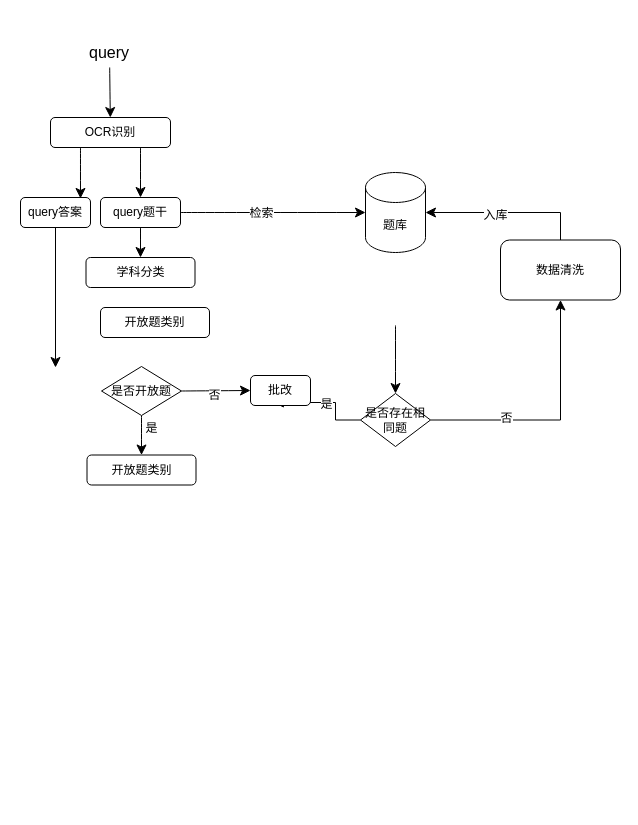
The draw.io diagram 未命名绘图.drawio in QinHsiu/plot_demo, before the edit. Source tidied: cells renumbered, new cells numbered last; positions are measured from the earlier drawing's top-left corner, leaving out a move shared by most shapes. Both pictures are drawn from the tidied source at 100%, with x=0, y=0 at pixel (20, 37).
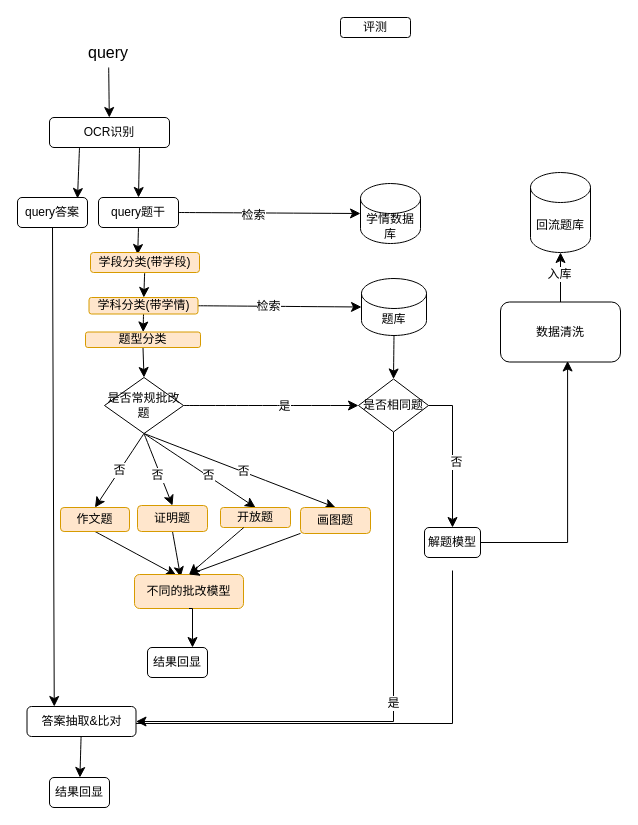
The same page after the edit.

Commit message:
更新未命名绘图.drawio

What changed in the source:
```diff
@@
-    <mxCell id="2" style="edgeStyle=none;curved=1;rounded=0;jettySize=auto;html=1;exitX=0.5;exitY=1;exitDx=0;exitDy=0;exitPerimeter=0;fontSize=12;startSize=8;endSize=8;entryX=0.5;entryY=0;entryDx=0;entryDy=0;" parent="1" edge="1" target="25">
-      <mxGeometry relative="1" as="geometry">
-        <mxPoint x="375" y="288" as="sourcePoint" />
-      </mxGeometry>
+    <mxCell id="2" style="edgeStyle=none;curved=1;rounded=0;jettySize=auto;html=1;exitX=0.5;exitY=1;exitDx=0;exitDy=0;exitPerimeter=0;fontSize=12;startSize=8;endSize=8;entryX=0.5;entryY=0;entryDx=0;entryDy=0;" parent="1" edge="1" source="3" target="25">
+      <mxGeometry relative="1" as="geometry" />
     </mxCell>
     <mxCell id="3" value="题库" style="shape=cylinder3;whiteSpace=wrap;html=1;boundedLbl=1;backgroundOutline=1;size=15;" parent="1" vertex="1">
-      <mxGeometry x="345" y="135" width="60" height="80" as="geometry" />
+      <mxGeometry x="341" y="241" width="65" height="57" as="geometry" />
     </mxCell>
@@
     <mxCell id="5" value="query" style="text;html=1;align=center;verticalAlign=middle;whiteSpace=wrap;rounded=0;fontSize=16;" parent="1" vertex="1">
-      <mxGeometry x="59" width="60" height="30" as="geometry" />
+      <mxGeometry x="58" width="60" height="30" as="geometry" />
     </mxCell>
@@
     <mxCell id="8" value="OCR识别" style="rounded=1;whiteSpace=wrap;html=1;" parent="1" vertex="1">
-      <mxGeometry x="30" y="80" width="120" height="30" as="geometry" />
+      <mxGeometry x="29" y="80" width="120" height="30" as="geometry" />
     </mxCell>
-    <mxCell id="9" style="edgeStyle=none;curved=1;rounded=0;jettySize=auto;html=1;exitX=0.5;exitY=1;exitDx=0;exitDy=0;fontSize=12;startSize=8;endSize=8;entryX=0.5;entryY=0;entryDx=0;entryDy=0;" parent="1" edge="1" source="10" target="30">
+    <mxCell id="9" style="edgeStyle=none;curved=1;rounded=0;jettySize=auto;html=1;exitX=0.5;exitY=1;exitDx=0;exitDy=0;fontSize=12;startSize=8;endSize=8;entryX=0.433;entryY=0.1;entryDx=0;entryDy=0;entryPerimeter=0;" parent="1" edge="1" source="10" target="65">
       <mxGeometry relative="1" as="geometry" />
     </mxCell>
     <mxCell id="10" value="query题干" style="rounded=1;whiteSpace=wrap;html=1;" parent="1" vertex="1">
-      <mxGeometry x="80" y="160" width="80" height="30" as="geometry" />
+      <mxGeometry x="78" y="160" width="80" height="30" as="geometry" />
     </mxCell>
-    <mxCell id="11" style="rounded=0;jettySize=auto;html=1;exitX=0.5;exitY=1;exitDx=0;exitDy=0;fontSize=12;startSize=8;endSize=8;entryX=0.5;entryY=0;entryDx=0;entryDy=0;" parent="1" edge="1" source="12">
-      <mxGeometry relative="1" as="geometry">
-        <mxPoint x="35" y="330" as="targetPoint" />
-      </mxGeometry>
+    <mxCell id="11" style="rounded=0;jettySize=auto;html=1;exitX=0.5;exitY=1;exitDx=0;exitDy=0;fontSize=12;startSize=8;endSize=8;entryX=0.25;entryY=0;entryDx=0;entryDy=0;" parent="1" edge="1" source="12" target="67">
+      <mxGeometry relative="1" as="geometry" />
     </mxCell>
     <mxCell id="12" value="query答案" style="rounded=1;whiteSpace=wrap;html=1;" parent="1" vertex="1">
-      <mxGeometry y="160" width="70" height="30" as="geometry" />
+      <mxGeometry x="-3" y="160" width="70" height="30" as="geometry" />
     </mxCell>
-    <mxCell id="13" style="edgeStyle=none;curved=1;rounded=0;jettySize=auto;html=1;exitX=1;exitY=0.5;exitDx=0;exitDy=0;fontSize=12;startSize=8;endSize=8;entryX=0;entryY=0.5;entryDx=0;entryDy=0;" parent="1" edge="1" source="17" target="29">
-      <mxGeometry relative="1" as="geometry" />
-    </mxCell>
-    <mxCell id="14" value="否" style="edgeLabel;html=1;align=center;verticalAlign=middle;fontSize=12;" parent="13" vertex="1">
-      <mxGeometry x="-0.08" y="-4" relative="1" as="geometry" />
-    </mxCell>
-    <mxCell id="15" style="edgeStyle=none;curved=1;rounded=0;jettySize=auto;html=1;exitX=0.5;exitY=1;exitDx=0;exitDy=0;fontSize=12;startSize=8;endSize=8;entryX=0.5;entryY=0;entryDx=0;entryDy=0;" parent="1" edge="1" source="17" target="20">
-      <mxGeometry relative="1" as="geometry" />
-    </mxCell>
-    <mxCell id="16" value="是" style="edgeLabel;html=1;align=center;verticalAlign=middle;fontSize=12;" parent="15" vertex="1">
-      <mxGeometry x="0.16" relative="1" as="geometry">
-        <mxPoint x="9" y="-11" as="offset" />
-      </mxGeometry>
-    </mxCell>
-    <mxCell id="17" value="是否开放题" style="rhombus;whiteSpace=wrap;html=1;" parent="1" vertex="1">
-      <mxGeometry x="81" y="329" width="80" height="49" as="geometry" />
-    </mxCell>
-    <mxCell id="18" style="edgeStyle=none;curved=1;rounded=0;jettySize=auto;html=1;entryX=0;entryY=0.5;entryDx=0;entryDy=0;entryPerimeter=0;fontSize=12;startSize=8;endSize=8;" parent="1" edge="1" source="10" target="3">
+    <mxCell id="18" style="edgeStyle=none;curved=1;rounded=0;jettySize=auto;html=1;entryX=0;entryY=0.5;entryDx=0;entryDy=0;entryPerimeter=0;fontSize=12;startSize=8;endSize=8;exitX=1;exitY=0.5;exitDx=0;exitDy=0;" parent="1" edge="1" source="30" target="3">
       <mxGeometry relative="1" as="geometry" />
     </mxCell>
@@
-    <mxCell id="20" value="开放题类别" style="rounded=1;whiteSpace=wrap;html=1;" parent="1" vertex="1">
-      <mxGeometry x="66.5" y="417.5" width="109" height="30" as="geometry" />
-    </mxCell>
-    <mxCell id="21" style="edgeStyle=orthogonalEdgeStyle;rounded=0;jettySize=auto;html=1;exitX=1;exitY=0.5;exitDx=0;exitDy=0;fontSize=12;startSize=8;endSize=8;entryX=0.5;entryY=1;entryDx=0;entryDy=0;" parent="1" edge="1" source="25" target="26">
-      <mxGeometry relative="1" as="geometry" />
-    </mxCell>
-    <mxCell id="22" value="否" style="edgeLabel;html=1;align=center;verticalAlign=middle;fontSize=12;" parent="21" vertex="1">
-      <mxGeometry x="-0.4" y="2" relative="1" as="geometry" />
-    </mxCell>
-    <mxCell id="23" style="edgeStyle=orthogonalEdgeStyle;rounded=0;jettySize=auto;html=1;exitX=0;exitY=0.5;exitDx=0;exitDy=0;fontSize=12;startSize=8;endSize=8;entryX=0.383;entryY=0.9;entryDx=0;entryDy=0;entryPerimeter=0;" parent="1" edge="1" source="25" target="29">
-      <mxGeometry relative="1" as="geometry" />
-    </mxCell>
-    <mxCell id="24" value="是" style="edgeLabel;html=1;align=center;verticalAlign=middle;fontSize=12;" parent="23" vertex="1">
-      <mxGeometry y="1" relative="1" as="geometry" />
-    </mxCell>
+    <mxCell id="32" style="edgeStyle=orthogonalEdgeStyle;rounded=0;jettySize=auto;html=1;exitX=1;exitY=0.5;exitDx=0;exitDy=0;fontSize=12;startSize=8;endSize=8;" parent="1" edge="1" source="25" target="59">
+      <mxGeometry relative="1" as="geometry" />
+    </mxCell>
+    <mxCell id="33" value="否" style="edgeLabel;html=1;align=center;verticalAlign=middle;fontSize=12;" parent="32" vertex="1">
+      <mxGeometry x="0.09" y="3" relative="1" as="geometry" />
+    </mxCell>
+    <mxCell id="34" style="edgeStyle=orthogonalEdgeStyle;rounded=0;jettySize=auto;html=1;exitX=0.5;exitY=1;exitDx=0;exitDy=0;fontSize=12;startSize=8;endSize=8;entryX=1;entryY=0.5;entryDx=0;entryDy=0;" parent="1" edge="1" source="25" target="67">
+      <mxGeometry relative="1" as="geometry" />
+    </mxCell>
+    <mxCell id="35" value="是" style="edgeLabel;html=1;align=center;verticalAlign=middle;fontSize=12;" parent="34" vertex="1">
+      <mxGeometry x="-0.01" y="-1" relative="1" as="geometry" />
+    </mxCell>
-    <mxCell id="25" value="是否存在相同题" style="rhombus;whiteSpace=wrap;html=1;" parent="1" vertex="1">
-      <mxGeometry x="340" y="356" width="70" height="53" as="geometry" />
+    <mxCell id="25" value="是否相同题" style="rhombus;whiteSpace=wrap;html=1;" parent="1" vertex="1">
+      <mxGeometry x="338" y="341.5" width="70" height="53" as="geometry" />
     </mxCell>
     <mxCell id="26" value="数据清洗" style="rounded=1;whiteSpace=wrap;html=1;" parent="1" vertex="1">
-      <mxGeometry x="480" y="202.5" width="120" height="60" as="geometry" />
+      <mxGeometry x="480" y="264.5" width="120" height="60" as="geometry" />
     </mxCell>
-    <mxCell id="27" style="edgeStyle=orthogonalEdgeStyle;rounded=0;jettySize=auto;html=1;exitX=0.5;exitY=0;exitDx=0;exitDy=0;entryX=1;entryY=0.5;entryDx=0;entryDy=0;entryPerimeter=0;fontSize=12;startSize=8;endSize=8;" parent="1" edge="1" source="26" target="3">
+    <mxCell id="27" style="edgeStyle=orthogonalEdgeStyle;rounded=0;jettySize=auto;html=1;exitX=0.5;exitY=0;exitDx=0;exitDy=0;fontSize=12;startSize=8;endSize=8;" parent="1" edge="1" source="26" target="50">
       <mxGeometry relative="1" as="geometry" />
     </mxCell>
@@
-    <mxCell id="29" value="批改" style="rounded=1;whiteSpace=wrap;html=1;" parent="1" vertex="1">
-      <mxGeometry x="230" y="338" width="60" height="30" as="geometry" />
+    <mxCell id="29" value="结果回显" style="rounded=1;whiteSpace=wrap;html=1;" parent="1" vertex="1">
+      <mxGeometry x="127" y="610" width="60" height="30" as="geometry" />
     </mxCell>
+    <mxCell id="36" style="edgeStyle=none;curved=1;rounded=0;jettySize=auto;html=1;exitX=0.5;exitY=1;exitDx=0;exitDy=0;fontSize=12;startSize=8;endSize=8;" parent="1" edge="1" source="30" target="31">
+      <mxGeometry relative="1" as="geometry" />
+    </mxCell>
-    <mxCell id="30" value="学科分类" style="rounded=1;whiteSpace=wrap;html=1;" parent="1" vertex="1">
-      <mxGeometry x="65.5" y="220" width="109" height="30" as="geometry" />
+    <mxCell id="30" value="学科分类(带学情)" style="rounded=1;whiteSpace=wrap;html=1;fillColor=#ffe6cc;strokeColor=#d79b00;" parent="1" vertex="1">
+      <mxGeometry x="68.5" y="260" width="109" height="16.5" as="geometry" />
     </mxCell>
+    <mxCell id="37" style="edgeStyle=none;curved=1;rounded=0;jettySize=auto;html=1;exitX=0.5;exitY=1;exitDx=0;exitDy=0;fontSize=12;startSize=8;endSize=8;entryX=0.5;entryY=0;entryDx=0;entryDy=0;" parent="1" edge="1" source="31" target="49">
+      <mxGeometry relative="1" as="geometry" />
+    </mxCell>
-    <mxCell id="31" value="开放题类别" style="rounded=1;whiteSpace=wrap;html=1;" parent="1" vertex="1">
-      <mxGeometry x="80" y="270" width="109" height="30" as="geometry" />
+    <mxCell id="31" value="题型分类" style="rounded=1;whiteSpace=wrap;html=1;fillColor=#ffe6cc;strokeColor=#d79b00;" parent="1" vertex="1">
+      <mxGeometry x="65" y="294.5" width="115" height="15.5" as="geometry" />
     </mxCell>
+    <mxCell id="38" value="学情数据库" style="shape=cylinder3;whiteSpace=wrap;html=1;boundedLbl=1;backgroundOutline=1;size=15;" parent="1" vertex="1">
+      <mxGeometry x="340" y="146" width="60" height="60" as="geometry" />
+    </mxCell>
+    <mxCell id="39" value="评测" style="rounded=1;whiteSpace=wrap;html=1;" parent="1" vertex="1">
+      <mxGeometry x="320" y="-20" width="70" height="20" as="geometry" />
+    </mxCell>
+    <mxCell id="40" style="edgeStyle=none;curved=1;rounded=0;jettySize=auto;html=1;entryX=0;entryY=0.5;entryDx=0;entryDy=0;fontSize=12;startSize=8;endSize=8;" parent="1" edge="1" source="49" target="25">
+      <mxGeometry relative="1" as="geometry" />
+    </mxCell>
+    <mxCell id="41" value="是" style="edgeLabel;html=1;align=center;verticalAlign=middle;fontSize=12;" parent="40" vertex="1">
+      <mxGeometry x="0.14" relative="1" as="geometry" />
+    </mxCell>
+    <mxCell id="42" value="否" style="edgeStyle=none;curved=1;rounded=0;jettySize=auto;html=1;exitX=0.5;exitY=1;exitDx=0;exitDy=0;fontSize=12;startSize=8;endSize=8;entryX=0.5;entryY=0;entryDx=0;entryDy=0;" parent="1" edge="1" source="49" target="52">
+      <mxGeometry relative="1" as="geometry" />
+    </mxCell>
+    <mxCell id="43" style="edgeStyle=none;curved=1;rounded=0;jettySize=auto;html=1;entryX=0.5;entryY=0;entryDx=0;entryDy=0;fontSize=12;startSize=8;endSize=8;exitX=0.5;exitY=1;exitDx=0;exitDy=0;" parent="1" edge="1" source="49" target="54">
+      <mxGeometry relative="1" as="geometry" />
+    </mxCell>
+    <mxCell id="44" value="否" style="edgeLabel;html=1;align=center;verticalAlign=middle;fontSize=12;" parent="43" vertex="1">
+      <mxGeometry x="0.11" y="-3" relative="1" as="geometry" />
+    </mxCell>
+    <mxCell id="45" style="edgeStyle=none;curved=1;rounded=0;jettySize=auto;html=1;entryX=0.5;entryY=0;entryDx=0;entryDy=0;fontSize=12;startSize=8;endSize=8;exitX=0.5;exitY=1;exitDx=0;exitDy=0;" parent="1" edge="1" source="49" target="55">
+      <mxGeometry relative="1" as="geometry" />
+    </mxCell>
+    <mxCell id="46" value="否" style="edgeLabel;html=1;align=center;verticalAlign=middle;fontSize=12;" parent="45" vertex="1">
+      <mxGeometry x="0.13" y="1" relative="1" as="geometry" />
+    </mxCell>
+    <mxCell id="47" style="edgeStyle=none;curved=1;rounded=0;jettySize=auto;html=1;exitX=0.5;exitY=1;exitDx=0;exitDy=0;fontSize=12;startSize=8;endSize=8;entryX=0.5;entryY=0;entryDx=0;entryDy=0;" parent="1" edge="1" source="49" target="61">
+      <mxGeometry relative="1" as="geometry" />
+    </mxCell>
+    <mxCell id="48" value="否" style="edgeLabel;html=1;align=center;verticalAlign=middle;fontSize=12;" parent="47" vertex="1">
+      <mxGeometry x="0.03" y="1" relative="1" as="geometry" />
+    </mxCell>
+    <mxCell id="49" value="是否常规批改题" style="rhombus;whiteSpace=wrap;html=1;" parent="1" vertex="1">
+      <mxGeometry x="84" y="340" width="79" height="56" as="geometry" />
+    </mxCell>
+    <mxCell id="50" value="回流题库" style="shape=cylinder3;whiteSpace=wrap;html=1;boundedLbl=1;backgroundOutline=1;size=15;" parent="1" vertex="1">
+      <mxGeometry x="510" y="135" width="60" height="80" as="geometry" />
+    </mxCell>
+    <mxCell id="51" style="edgeStyle=none;curved=1;rounded=0;jettySize=auto;html=1;exitX=0.5;exitY=1;exitDx=0;exitDy=0;fontSize=12;startSize=8;endSize=8;entryX=0.383;entryY=0.025;entryDx=0;entryDy=0;entryPerimeter=0;" parent="1" edge="1" source="52" target="60">
+      <mxGeometry relative="1" as="geometry" />
+    </mxCell>
+    <mxCell id="52" value="作文题" style="rounded=1;whiteSpace=wrap;html=1;fillColor=#ffe6cc;strokeColor=#d79b00;" parent="1" vertex="1">
+      <mxGeometry x="40" y="470" width="69" height="24" as="geometry" />
+    </mxCell>
+    <mxCell id="53" style="edgeStyle=none;curved=1;rounded=0;jettySize=auto;html=1;exitX=0.5;exitY=1;exitDx=0;exitDy=0;fontSize=12;startSize=8;endSize=8;entryX=0.423;entryY=0.074;entryDx=0;entryDy=0;entryPerimeter=0;" parent="1" edge="1" source="54" target="60">
+      <mxGeometry relative="1" as="geometry" />
+    </mxCell>
+    <mxCell id="54" value="证明题" style="rounded=1;whiteSpace=wrap;html=1;fillColor=#ffe6cc;strokeColor=#d79b00;" parent="1" vertex="1">
+      <mxGeometry x="117" y="468" width="70" height="26" as="geometry" />
+    </mxCell>
+    <mxCell id="55" value="开放题" style="rounded=1;whiteSpace=wrap;html=1;fillColor=#ffe6cc;strokeColor=#d79b00;" parent="1" vertex="1">
+      <mxGeometry x="200" y="470" width="70" height="20" as="geometry" />
+    </mxCell>
+    <mxCell id="56" style="edgeStyle=none;curved=1;rounded=0;jettySize=auto;html=1;exitX=1;exitY=0.5;exitDx=0;exitDy=0;entryX=0;entryY=0.5;entryDx=0;entryDy=0;entryPerimeter=0;fontSize=12;startSize=8;endSize=8;" parent="1" edge="1" source="10" target="38">
+      <mxGeometry relative="1" as="geometry" />
+    </mxCell>
+    <mxCell id="57" value="检索" style="edgeLabel;html=1;align=center;verticalAlign=middle;fontSize=12;" parent="56" vertex="1">
+      <mxGeometry x="-0.18" y="-2" relative="1" as="geometry" />
+    </mxCell>
+    <mxCell id="58" style="edgeStyle=orthogonalEdgeStyle;rounded=0;jettySize=auto;html=1;fontSize=12;startSize=8;endSize=8;exitX=0.5;exitY=1;exitDx=0;exitDy=0;entryX=1;entryY=0.5;entryDx=0;entryDy=0;" parent="1" edge="1" target="67">
+      <mxGeometry relative="1" as="geometry">
+        <mxPoint x="432" y="533" as="sourcePoint" />
+        <Array as="points">
+          <mxPoint x="432" y="686" />
+          <mxPoint x="110" y="686" />
+          <mxPoint x="110" y="684" />
+        </Array>
+      </mxGeometry>
+    </mxCell>
+    <mxCell id="59" value="解题模型" style="rounded=1;whiteSpace=wrap;html=1;" parent="1" vertex="1">
+      <mxGeometry x="404" y="490" width="56" height="30" as="geometry" />
+    </mxCell>
+    <mxCell id="60" value="不同的批改模型" style="rounded=1;whiteSpace=wrap;html=1;fillColor=#ffe6cc;strokeColor=#d79b00;" parent="1" vertex="1">
+      <mxGeometry x="114" y="537" width="109" height="34" as="geometry" />
+    </mxCell>
+    <mxCell id="61" value="画图题" style="rounded=1;whiteSpace=wrap;html=1;fillColor=#ffe6cc;strokeColor=#d79b00;" parent="1" vertex="1">
+      <mxGeometry x="280" y="470" width="70" height="26" as="geometry" />
+    </mxCell>
+    <mxCell id="62" style="edgeStyle=none;curved=1;rounded=0;jettySize=auto;html=1;entryX=0.5;entryY=0;entryDx=0;entryDy=0;fontSize=12;startSize=8;endSize=8;" parent="1" edge="1" source="55" target="60">
+      <mxGeometry relative="1" as="geometry" />
+    </mxCell>
+    <mxCell id="63" style="edgeStyle=none;curved=1;rounded=0;jettySize=auto;html=1;entryX=0.5;entryY=0;entryDx=0;entryDy=0;fontSize=12;startSize=8;endSize=8;" parent="1" edge="1" source="61" target="60">
+      <mxGeometry relative="1" as="geometry" />
+    </mxCell>
+    <mxCell id="64" style="edgeStyle=none;curved=1;rounded=0;jettySize=auto;html=1;fontSize=12;startSize=8;endSize=8;" parent="1" edge="1" source="65" target="30">
+      <mxGeometry relative="1" as="geometry" />
+    </mxCell>
+    <mxCell id="65" value="学段分类(带学段)" style="rounded=1;whiteSpace=wrap;html=1;fillColor=#ffe6cc;strokeColor=#d79b00;" parent="1" vertex="1">
+      <mxGeometry x="70" y="215" width="109" height="20" as="geometry" />
+    </mxCell>
+    <mxCell id="66" style="edgeStyle=none;curved=1;rounded=0;jettySize=auto;html=1;fontSize=12;startSize=8;endSize=8;" parent="1" edge="1" source="67" target="69">
+      <mxGeometry relative="1" as="geometry" />
+    </mxCell>
+    <mxCell id="67" value="答案抽取&amp;amp;比对" style="rounded=1;whiteSpace=wrap;html=1;" parent="1" vertex="1">
+      <mxGeometry x="6.5" y="669" width="109" height="30" as="geometry" />
+    </mxCell>
+    <mxCell id="68" style="edgeStyle=orthogonalEdgeStyle;rounded=0;jettySize=auto;html=1;fontSize=12;startSize=8;endSize=8;exitX=0.5;exitY=1;exitDx=0;exitDy=0;entryX=0.75;entryY=0;entryDx=0;entryDy=0;" parent="1" edge="1" source="60" target="29">
+      <mxGeometry relative="1" as="geometry" />
+    </mxCell>
+    <mxCell id="69" value="结果回显" style="rounded=1;whiteSpace=wrap;html=1;" parent="1" vertex="1">
+      <mxGeometry x="29" y="740" width="60" height="30" as="geometry" />
+    </mxCell>
+    <mxCell id="70" style="edgeStyle=orthogonalEdgeStyle;rounded=0;jettySize=auto;html=1;entryX=0.559;entryY=0.983;entryDx=0;entryDy=0;entryPerimeter=0;fontSize=12;startSize=8;endSize=8;" parent="1" edge="1" source="59" target="26">
+      <mxGeometry relative="1" as="geometry" />
+    </mxCell>
```
